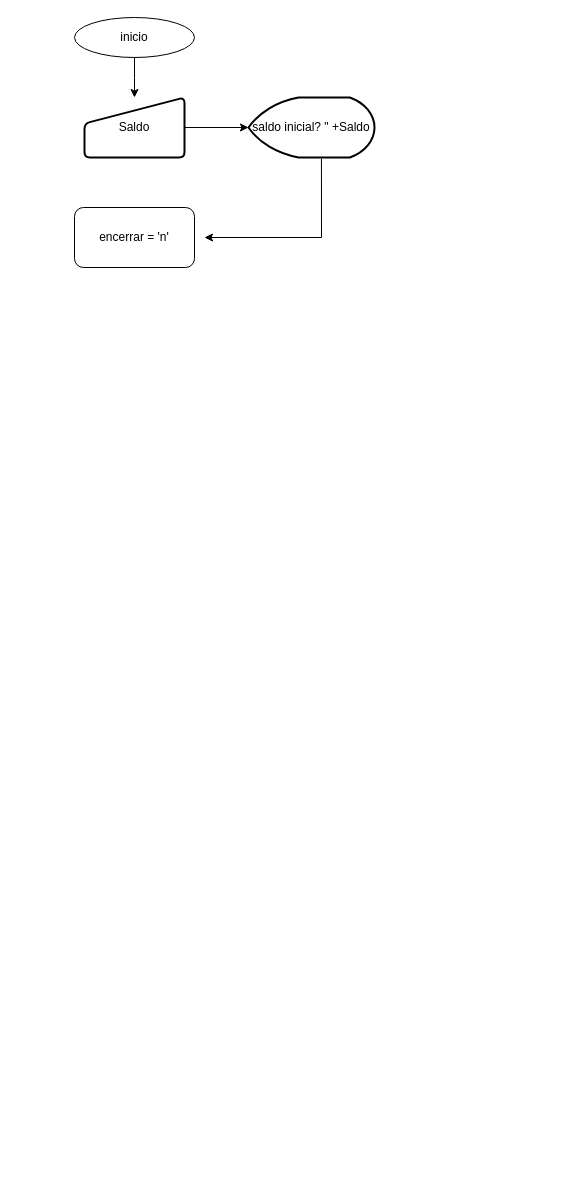
Earlier version of the draw.io diagram Diagrama sem nome.drawio (MarcioMak/index.txt). Source tidied: cells renumbered, new cells numbered last; positions are measured from the earlier drawing's top-left corner, leaving out a move shared by most shapes. Both pictures are drawn from the tidied source at 100%, with x=0, y=0 at pixel (74, 17).
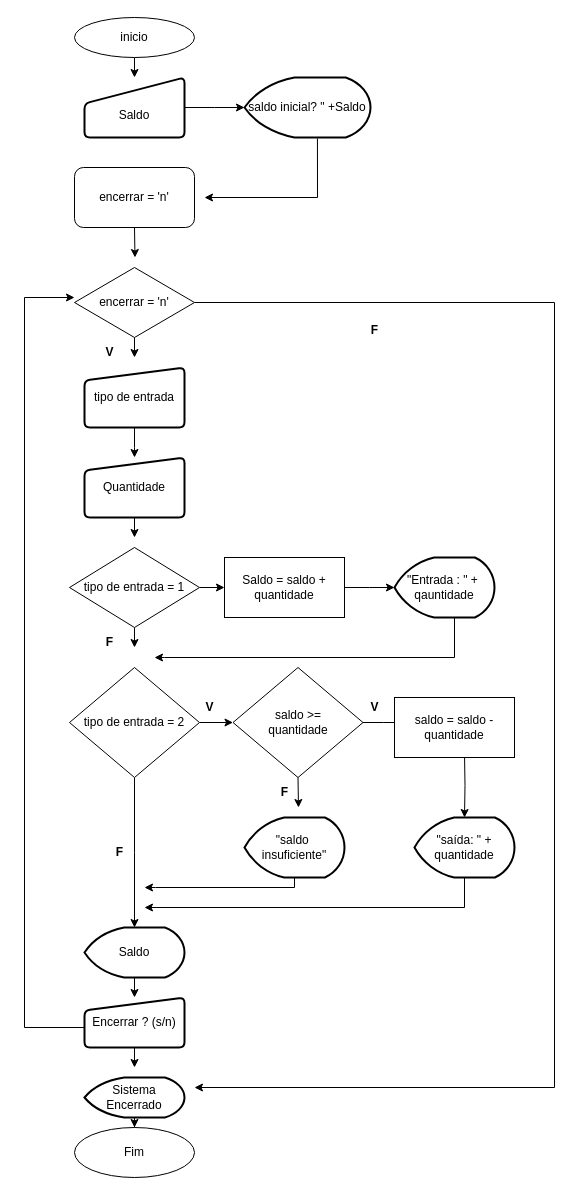
The same page after the edit.

Commit message (it also covers changes not shown here):
Actualizar Diagrama atividade1.drawio

Unchanged cells that the change refers to:
```xml
<mxCell id="3" value="inicio" style="ellipse;whiteSpace=wrap;html=1;" parent="1" vertex="1">
  <mxGeometry width="120" height="40" as="geometry" />
</mxCell>
```

Diff of the diagram source:
```diff
@@
     <mxCell id="2" style="edgeStyle=orthogonalEdgeStyle;rounded=0;jettySize=auto;html=1;exitX=0.5;exitY=1;exitDx=0;exitDy=0;" parent="1" edge="1" source="3">
       <mxGeometry relative="1" as="geometry">
-        <mxPoint x="60" y="80" as="targetPoint" />
+        <mxPoint x="60" y="60" as="targetPoint" />
       </mxGeometry>
     </mxCell>
@@
-    <mxCell id="4" style="endArrow=classic;html=1;rounded=0;" parent="1" edge="1" target="6">
+    <mxCell id="4" style="endArrow=classic;html=1;rounded=0;exitX=1;exitY=0.5;exitDx=0;exitDy=0;" parent="1" edge="1" source="5" target="6">
       <mxGeometry relative="1" as="geometry">
-        <mxPoint x="110" y="110" as="sourcePoint" />
+        <Array as="points">
+          <mxPoint x="140" y="90" />
+        </Array>
       </mxGeometry>
     </mxCell>
-    <mxCell id="5" value="Saldo" style="html=1;strokeWidth=2;shape=manualInput;whiteSpace=wrap;rounded=1;size=26;arcSize=11;" parent="1" vertex="1">
-      <mxGeometry x="10" y="80" width="100" height="60" as="geometry" />
+    <mxCell id="5" value="&lt;br&gt;Saldo" style="html=1;strokeWidth=2;shape=manualInput;whiteSpace=wrap;rounded=1;size=26;arcSize=11;" parent="1" vertex="1">
+      <mxGeometry x="10" y="60" width="100" height="60" as="geometry" />
     </mxCell>
     <mxCell id="6" value="saldo inicial? &quot; +Saldo&lt;br&gt;" style="strokeWidth=2;html=1;shape=mxgraph.flowchart.display;whiteSpace=wrap;" parent="1" vertex="1">
-      <mxGeometry x="174" y="80" width="126" height="60" as="geometry" />
+      <mxGeometry x="170" y="60" width="126" height="60" as="geometry" />
     </mxCell>
     <mxCell id="7" value="encerrar = 'n'" style="rounded=1;whiteSpace=wrap;html=1;" parent="1" vertex="1">
-      <mxGeometry y="190" width="120" height="60" as="geometry" />
+      <mxGeometry y="150" width="120" height="60" as="geometry" />
     </mxCell>
     <mxCell id="8" style="endArrow=classic;html=1;rounded=0;exitX=0.579;exitY=1.017;exitDx=0;exitDy=0;exitPerimeter=0;" parent="1" edge="1" source="6">
       <mxGeometry relative="1" as="geometry">
-        <mxPoint x="130" y="220" as="targetPoint" />
+        <mxPoint x="130" y="180" as="targetPoint" />
         <Array as="points">
-          <mxPoint x="247" y="220" />
+          <mxPoint x="243" y="180" />
         </Array>
       </mxGeometry>
     </mxCell>
+    <mxCell id="9" style="edgeStyle=orthogonalEdgeStyle;rounded=0;jettySize=auto;html=1;" parent="1" edge="1" source="11">
+      <mxGeometry relative="1" as="geometry">
+        <mxPoint x="60" y="340" as="targetPoint" />
+      </mxGeometry>
+    </mxCell>
+    <mxCell id="10" style="edgeStyle=orthogonalEdgeStyle;rounded=0;jettySize=auto;html=1;" parent="1" edge="1" source="11">
+      <mxGeometry relative="1" as="geometry">
+        <mxPoint x="120" y="1070" as="targetPoint" />
+        <Array as="points">
+          <mxPoint x="480" y="285" />
+          <mxPoint x="480" y="1070" />
+        </Array>
+      </mxGeometry>
+    </mxCell>
+    <mxCell id="11" value="encerrar = 'n'" style="rhombus;whiteSpace=wrap;html=1;" parent="1" vertex="1">
+      <mxGeometry y="250" width="120" height="70" as="geometry" />
+    </mxCell>
+    <mxCell id="12" style="endArrow=classic;html=1;rounded=0;" parent="1" edge="1">
+      <mxGeometry relative="1" as="geometry">
+        <mxPoint x="60" y="210" as="sourcePoint" />
+        <mxPoint x="60.5" y="240" as="targetPoint" />
+      </mxGeometry>
+    </mxCell>
+    <mxCell id="13" style="edgeStyle=orthogonalEdgeStyle;rounded=0;jettySize=auto;html=1;" parent="1" edge="1" source="14">
+      <mxGeometry relative="1" as="geometry">
+        <mxPoint x="60" y="440" as="targetPoint" />
+      </mxGeometry>
+    </mxCell>
+    <mxCell id="14" value="tipo de entrada" style="html=1;strokeWidth=2;shape=manualInput;whiteSpace=wrap;rounded=1;size=13;arcSize=11;" parent="1" vertex="1">
+      <mxGeometry x="10" y="350" width="100" height="60" as="geometry" />
+    </mxCell>
+    <mxCell id="15" style="edgeStyle=orthogonalEdgeStyle;rounded=0;jettySize=auto;html=1;" parent="1" edge="1" source="16">
+      <mxGeometry relative="1" as="geometry">
+        <mxPoint x="60" y="520" as="targetPoint" />
+      </mxGeometry>
+    </mxCell>
+    <mxCell id="16" value="Quantidade" style="html=1;strokeWidth=2;shape=manualInput;whiteSpace=wrap;rounded=1;size=13;arcSize=11;" parent="1" vertex="1">
+      <mxGeometry x="10" y="440" width="100" height="60" as="geometry" />
+    </mxCell>
+    <mxCell id="17" value="&lt;b&gt;V&lt;/b&gt;" style="text;html=1;align=center;verticalAlign=middle;strokeColor=none;fillColor=none;" parent="1" vertex="1">
+      <mxGeometry x="20" y="320" width="30" height="30" as="geometry" />
+    </mxCell>
+    <mxCell id="18" style="edgeStyle=orthogonalEdgeStyle;rounded=0;jettySize=auto;html=1;exitX=1;exitY=0.5;exitDx=0;exitDy=0;" parent="1" edge="1" source="20" target="22">
+      <mxGeometry relative="1" as="geometry" />
+    </mxCell>
+    <mxCell id="19" style="edgeStyle=orthogonalEdgeStyle;rounded=0;jettySize=auto;html=1;exitX=0.5;exitY=1;exitDx=0;exitDy=0;" parent="1" edge="1" source="20">
+      <mxGeometry relative="1" as="geometry">
+        <mxPoint x="60" y="630" as="targetPoint" />
+      </mxGeometry>
+    </mxCell>
+    <mxCell id="20" value="tipo de entrada = 1" style="rhombus;whiteSpace=wrap;html=1;" parent="1" vertex="1">
+      <mxGeometry x="-5" y="530" width="130" height="80" as="geometry" />
+    </mxCell>
+    <mxCell id="21" style="edgeStyle=orthogonalEdgeStyle;rounded=0;jettySize=auto;html=1;exitX=1;exitY=0.5;exitDx=0;exitDy=0;" parent="1" edge="1" source="22">
+      <mxGeometry relative="1" as="geometry">
+        <mxPoint x="320" y="570" as="targetPoint" />
+      </mxGeometry>
+    </mxCell>
+    <mxCell id="22" value="Saldo = saldo +&lt;br&gt;quantidade" style="rounded=0;whiteSpace=wrap;html=1;" parent="1" vertex="1">
+      <mxGeometry x="150" y="540" width="120" height="60" as="geometry" />
+    </mxCell>
+    <mxCell id="23" style="edgeStyle=orthogonalEdgeStyle;rounded=0;jettySize=auto;html=1;exitX=0.5;exitY=1;exitDx=0;exitDy=0;exitPerimeter=0;" parent="1" edge="1" source="24">
+      <mxGeometry relative="1" as="geometry">
+        <mxPoint x="80" y="640" as="targetPoint" />
+        <Array as="points">
+          <mxPoint x="380" y="600" />
+          <mxPoint x="380" y="640" />
+          <mxPoint x="90" y="640" />
+        </Array>
+      </mxGeometry>
+    </mxCell>
+    <mxCell id="24" value="&quot;Entrada : &quot; +&amp;nbsp;&lt;br&gt;qauntidade" style="strokeWidth=2;html=1;shape=mxgraph.flowchart.display;whiteSpace=wrap;" parent="1" vertex="1">
+      <mxGeometry x="320" y="540" width="100" height="60" as="geometry" />
+    </mxCell>
+    <mxCell id="25" value="&lt;b&gt;F&lt;/b&gt;" style="text;html=1;align=center;verticalAlign=middle;strokeColor=none;fillColor=none;" parent="1" vertex="1">
+      <mxGeometry x="20" y="610" width="30" height="30" as="geometry" />
+    </mxCell>
+    <mxCell id="26" value="&lt;b&gt;F&lt;/b&gt;" style="text;html=1;align=center;verticalAlign=middle;strokeColor=none;fillColor=none;" parent="1" vertex="1">
+      <mxGeometry x="285" y="298" width="30" height="30" as="geometry" />
+    </mxCell>
+    <mxCell id="27" style="edgeStyle=orthogonalEdgeStyle;rounded=0;jettySize=auto;html=1;" parent="1" edge="1" source="29" target="32">
+      <mxGeometry relative="1" as="geometry" />
+    </mxCell>
+    <mxCell id="28" style="edgeStyle=orthogonalEdgeStyle;rounded=0;jettySize=auto;html=1;exitX=0.5;exitY=1;exitDx=0;exitDy=0;" parent="1" edge="1" source="29">
+      <mxGeometry relative="1" as="geometry">
+        <mxPoint x="60" y="910" as="targetPoint" />
+      </mxGeometry>
+    </mxCell>
+    <mxCell id="29" value="tipo de entrada = 2" style="rhombus;whiteSpace=wrap;html=1;" parent="1" vertex="1">
+      <mxGeometry x="-5" y="650" width="130" height="110" as="geometry" />
+    </mxCell>
+    <mxCell id="30" style="edgeStyle=orthogonalEdgeStyle;rounded=0;jettySize=auto;html=1;" parent="1" edge="1" source="32">
+      <mxGeometry relative="1" as="geometry">
+        <mxPoint x="330" y="705" as="targetPoint" />
+      </mxGeometry>
+    </mxCell>
+    <mxCell id="31" style="edgeStyle=orthogonalEdgeStyle;rounded=0;jettySize=auto;html=1;exitX=0.5;exitY=1;exitDx=0;exitDy=0;" parent="1" edge="1" source="32">
+      <mxGeometry relative="1" as="geometry">
+        <mxPoint x="224" y="790" as="targetPoint" />
+      </mxGeometry>
+    </mxCell>
+    <mxCell id="32" value="saldo &amp;gt;=&lt;br&gt;quantidade" style="rhombus;whiteSpace=wrap;html=1;" parent="1" vertex="1">
+      <mxGeometry x="158.5" y="650" width="130" height="110" as="geometry" />
+    </mxCell>
+    <mxCell id="33" style="edgeStyle=orthogonalEdgeStyle;rounded=0;jettySize=auto;html=1;" parent="1" edge="1" target="38">
+      <mxGeometry relative="1" as="geometry">
+        <mxPoint x="390" y="735" as="sourcePoint" />
+      </mxGeometry>
+    </mxCell>
+    <mxCell id="34" value="saldo = saldo -&lt;br&gt;quantidade" style="whiteSpace=wrap;html=1;" parent="1" vertex="1">
+      <mxGeometry x="320" y="680" width="120" height="60" as="geometry" />
+    </mxCell>
+    <mxCell id="35" value="&lt;b&gt;V&lt;/b&gt;" style="text;html=1;align=center;verticalAlign=middle;strokeColor=none;fillColor=none;" parent="1" vertex="1">
+      <mxGeometry x="120" y="675" width="30" height="30" as="geometry" />
+    </mxCell>
+    <mxCell id="36" value="&lt;b&gt;V&lt;/b&gt;" style="text;html=1;align=center;verticalAlign=middle;strokeColor=none;fillColor=none;" parent="1" vertex="1">
+      <mxGeometry x="285" y="675" width="30" height="30" as="geometry" />
+    </mxCell>
+    <mxCell id="37" style="edgeStyle=orthogonalEdgeStyle;rounded=0;jettySize=auto;html=1;exitX=0.5;exitY=1;exitDx=0;exitDy=0;exitPerimeter=0;" parent="1" edge="1" source="38">
+      <mxGeometry relative="1" as="geometry">
+        <mxPoint x="70" y="890" as="targetPoint" />
+        <Array as="points">
+          <mxPoint x="390" y="890" />
+        </Array>
+      </mxGeometry>
+    </mxCell>
+    <mxCell id="38" value="&quot;saída: &quot; +&lt;br&gt;quantidade" style="strokeWidth=2;html=1;shape=mxgraph.flowchart.display;whiteSpace=wrap;" parent="1" vertex="1">
+      <mxGeometry x="340" y="800" width="100" height="60" as="geometry" />
+    </mxCell>
+    <mxCell id="39" style="edgeStyle=orthogonalEdgeStyle;rounded=0;jettySize=auto;html=1;" parent="1" edge="1" source="40">
+      <mxGeometry relative="1" as="geometry">
+        <mxPoint x="70" y="870" as="targetPoint" />
+        <Array as="points">
+          <mxPoint x="220" y="870" />
+          <mxPoint x="81" y="870" />
+        </Array>
+      </mxGeometry>
+    </mxCell>
+    <mxCell id="40" value="&quot;saldo&amp;nbsp;&lt;br&gt;insuficiente&quot;" style="strokeWidth=2;html=1;shape=mxgraph.flowchart.display;whiteSpace=wrap;" parent="1" vertex="1">
+      <mxGeometry x="170" y="800" width="100" height="60" as="geometry" />
+    </mxCell>
+    <mxCell id="41" value="&lt;b&gt;F&lt;/b&gt;" style="text;html=1;align=center;verticalAlign=middle;strokeColor=none;fillColor=none;" parent="1" vertex="1">
+      <mxGeometry x="195" y="760" width="30" height="30" as="geometry" />
+    </mxCell>
+    <mxCell id="42" value="&lt;b&gt;F&lt;/b&gt;" style="text;html=1;align=center;verticalAlign=middle;strokeColor=none;fillColor=none;" parent="1" vertex="1">
+      <mxGeometry x="30" y="820" width="30" height="30" as="geometry" />
+    </mxCell>
+    <mxCell id="43" style="edgeStyle=orthogonalEdgeStyle;rounded=0;jettySize=auto;html=1;exitX=0.5;exitY=1;exitDx=0;exitDy=0;exitPerimeter=0;" parent="1" edge="1" source="44">
+      <mxGeometry relative="1" as="geometry">
+        <mxPoint x="60" y="980" as="targetPoint" />
+      </mxGeometry>
+    </mxCell>
+    <mxCell id="44" value="Saldo" style="strokeWidth=2;html=1;shape=mxgraph.flowchart.display;whiteSpace=wrap;" parent="1" vertex="1">
+      <mxGeometry x="10" y="910" width="100" height="50" as="geometry" />
+    </mxCell>
+    <mxCell id="45" style="edgeStyle=orthogonalEdgeStyle;rounded=0;jettySize=auto;html=1;" parent="1" edge="1" source="47">
+      <mxGeometry relative="1" as="geometry">
+        <mxPoint y="280" as="targetPoint" />
+        <Array as="points">
+          <mxPoint x="-50" y="1010" />
+          <mxPoint x="-50" y="280" />
+        </Array>
+      </mxGeometry>
+    </mxCell>
+    <mxCell id="46" style="edgeStyle=orthogonalEdgeStyle;rounded=0;jettySize=auto;html=1;exitX=0.5;exitY=1;exitDx=0;exitDy=0;" parent="1" edge="1" source="47">
+      <mxGeometry relative="1" as="geometry">
+        <mxPoint x="60" y="1050" as="targetPoint" />
+      </mxGeometry>
+    </mxCell>
+    <mxCell id="47" value="&lt;div style=&quot;&quot;&gt;&lt;span style=&quot;background-color: initial;&quot;&gt;Encerrar ? (s/n)&lt;/span&gt;&lt;/div&gt;" style="html=1;strokeWidth=2;shape=manualInput;whiteSpace=wrap;rounded=1;size=13;arcSize=11;align=center;" parent="1" vertex="1">
+      <mxGeometry x="10" y="980" width="100" height="50" as="geometry" />
+    </mxCell>
+    <mxCell id="48" style="edgeStyle=orthogonalEdgeStyle;rounded=0;jettySize=auto;html=1;exitX=0.5;exitY=1;exitDx=0;exitDy=0;exitPerimeter=0;" parent="1" edge="1" source="49" target="50">
+      <mxGeometry relative="1" as="geometry" />
+    </mxCell>
+    <mxCell id="49" value="Sistema Encerrado" style="strokeWidth=2;html=1;shape=mxgraph.flowchart.display;whiteSpace=wrap;" parent="1" vertex="1">
+      <mxGeometry x="10" y="1060" width="100" height="40" as="geometry" />
+    </mxCell>
+    <mxCell id="50" value="Fim" style="ellipse;whiteSpace=wrap;html=1;" parent="1" vertex="1">
+      <mxGeometry y="1110" width="120" height="50" as="geometry" />
+    </mxCell>
+    <mxCell id="51" style="edgeStyle=orthogonalEdgeStyle;rounded=0;orthogonalLoop=1;jettySize=auto;html=1;exitX=0.5;exitY=1;exitDx=0;exitDy=0;" parent="1" edge="1" source="47" target="47">
+      <mxGeometry relative="1" as="geometry" />
+    </mxCell>
```
